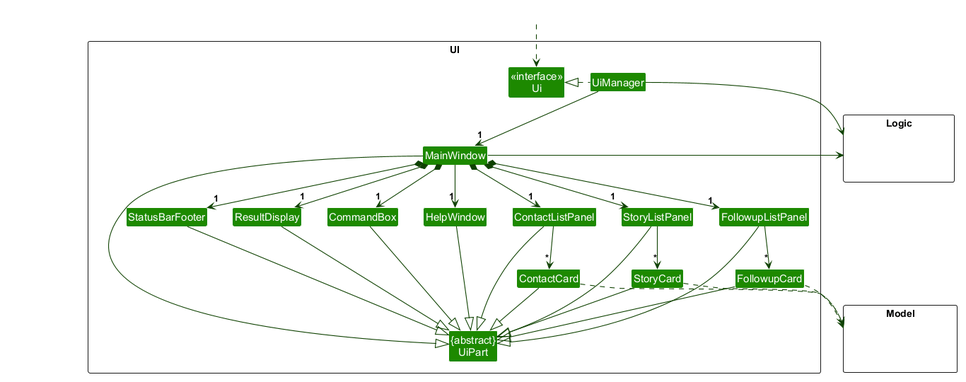
Before: docs/images/UiClassDiagram.png, a diagram exported from PlantUML (AY2627S1-CS2103T-T13-3/tp). Its source is kept beside it as docs/diagrams/UiClassDiagram.puml. Source of this version:
```plantuml
@startuml
!include style.puml
skinparam arrowThickness 1.1
skinparam arrowColor UI_COLOR_T4
skinparam classBackgroundColor UI_COLOR

package UI <<Rectangle>>{
Class "<<interface>>\nUi" as Ui
Class "{abstract}\nUiPart" as UiPart
Class UiManager
Class MainWindow
Class HelpWindow
Class ResultDisplay
Class ContactListPanel
Class ContactCard
Class StoryListPanel
Class StoryCard
Class FollowupListPanel
Class FollowupCard
Class StatusBarFooter
Class CommandBox
}

package Model <<Rectangle>> {
Class HiddenModel #FFFFFF
}

package Logic <<Rectangle>> {
Class HiddenLogic #FFFFFF
}

Class HiddenOutside #FFFFFF
HiddenOutside ..> Ui

UiManager .left.|> Ui
UiManager -down-> "1" MainWindow
MainWindow *-down->  "1" CommandBox
MainWindow *-down-> "1" ResultDisplay
MainWindow *-down-> "1" ContactListPanel
MainWindow *-down-> "1" StoryListPanel
MainWindow *-down-> "1" FollowupListPanel
MainWindow *-down-> "1" StatusBarFooter
MainWindow --> "1" HelpWindow

ContactListPanel -down-> "*" ContactCard
StoryListPanel -down-> "*" StoryCard
FollowupListPanel -down-> "*" FollowupCard

MainWindow -left-|> UiPart

ResultDisplay --|> UiPart
CommandBox --|> UiPart
ContactListPanel --|> UiPart
ContactCard --|> UiPart
StoryListPanel --|> UiPart
StoryCard --|> UiPart
FollowupListPanel --|> UiPart
FollowupCard --|> UiPart
StatusBarFooter --|> UiPart
HelpWindow --|> UiPart

ContactCard ..> Model
StoryCard ..> Model
FollowupCard ..> Model
UiManager -right-> Logic
MainWindow -left-> Logic

ContactListPanel -[hidden]left- HelpWindow
HelpWindow -[hidden]left- CommandBox
CommandBox -[hidden]left- ResultDisplay
ResultDisplay -[hidden]left- StatusBarFooter

MainWindow -[hidden]-|> UiPart

@enduml
```
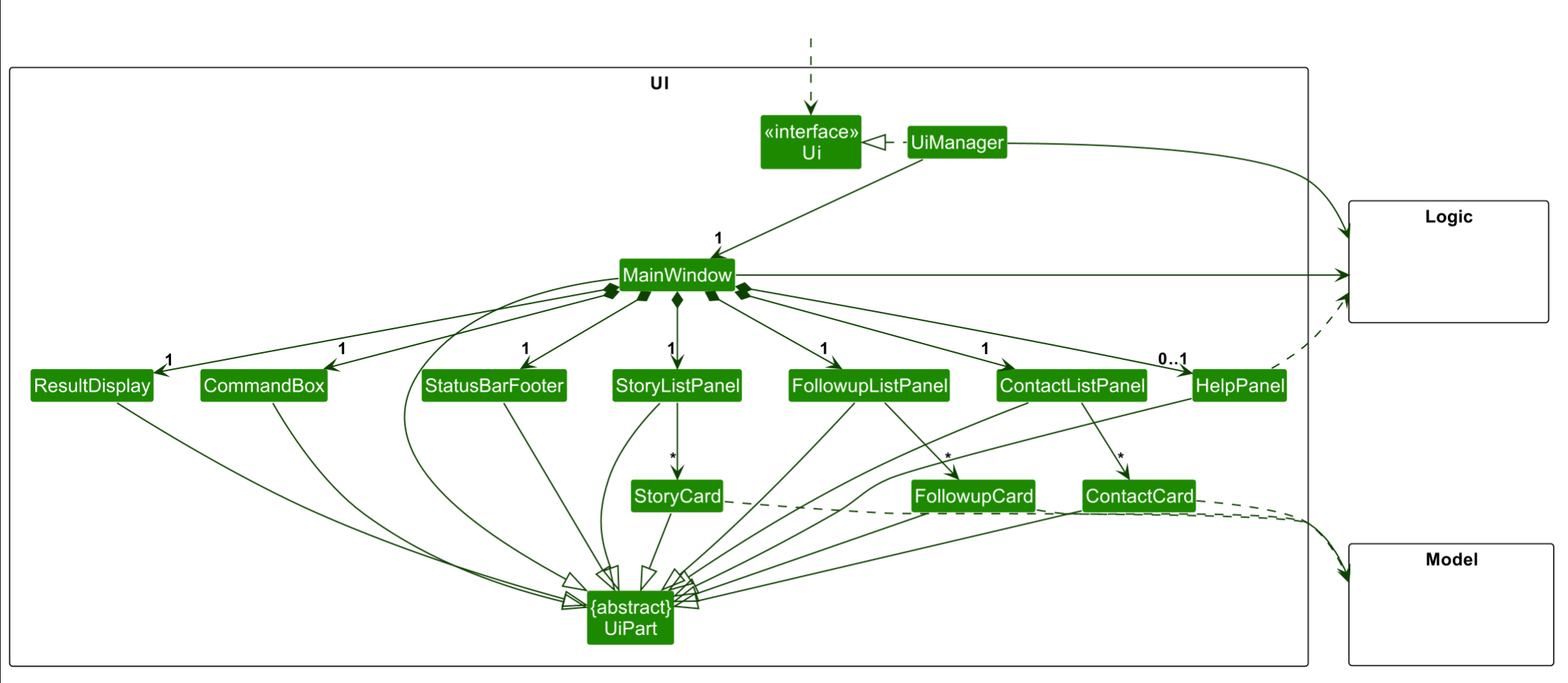
The same diagram one commit later.

Change to the diagram source:
```diff
@@ -9,7 +9,7 @@
 Class "{abstract}\nUiPart" as UiPart
 Class UiManager
 Class MainWindow
-Class HelpWindow
+Class HelpPanel
 Class ResultDisplay
 Class ContactListPanel
 Class ContactCard
@@ -34,13 +34,13 @@
 
 UiManager .left.|> Ui
 UiManager -down-> "1" MainWindow
-MainWindow *-down->  "1" CommandBox
+MainWindow *-down-> "1" CommandBox
 MainWindow *-down-> "1" ResultDisplay
 MainWindow *-down-> "1" ContactListPanel
 MainWindow *-down-> "1" StoryListPanel
 MainWindow *-down-> "1" FollowupListPanel
 MainWindow *-down-> "1" StatusBarFooter
-MainWindow --> "1" HelpWindow
+MainWindow *-down-> "0..1" HelpPanel
 
 ContactListPanel -down-> "*" ContactCard
 StoryListPanel -down-> "*" StoryCard
@@ -57,16 +57,17 @@
 FollowupListPanel --|> UiPart
 FollowupCard --|> UiPart
 StatusBarFooter --|> UiPart
-HelpWindow --|> UiPart
+HelpPanel --|> UiPart
 
 ContactCard ..> Model
 StoryCard ..> Model
 FollowupCard ..> Model
 UiManager -right-> Logic
 MainWindow -left-> Logic
+HelpPanel ..> Logic
 
-ContactListPanel -[hidden]left- HelpWindow
-HelpWindow -[hidden]left- CommandBox
+HelpPanel -[hidden]left- ContactListPanel
+ContactListPanel -[hidden]left- CommandBox
 CommandBox -[hidden]left- ResultDisplay
 ResultDisplay -[hidden]left- StatusBarFooter
 
```
